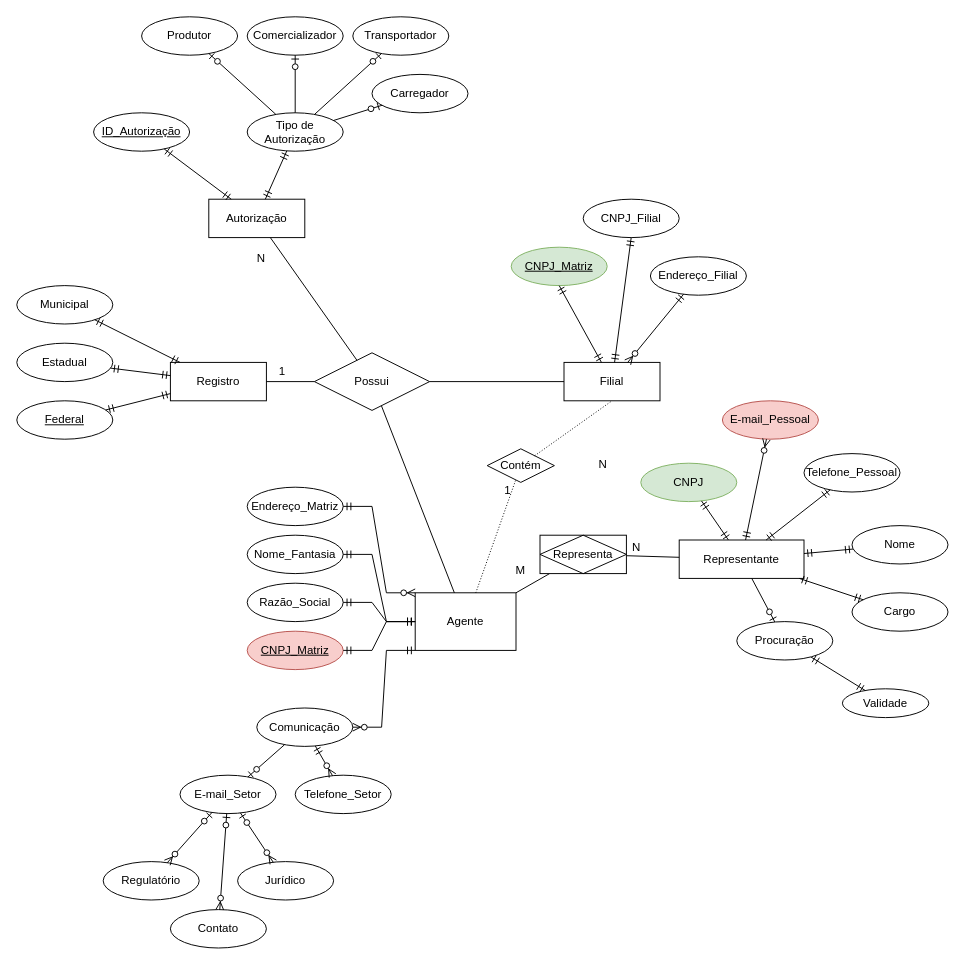
Earlier version of the draw.io diagram Cadastro.drawio (GustavoCoutinhoAraujo/GustavoCoutinhoAraujo). Source tidied: cells renumbered, new cells numbered last; positions are measured from the earlier drawing's top-left corner, leaving out a move shared by most shapes. Both pictures are drawn from the tidied source at 96%, with x=0, y=0 at pixel (16, 16).
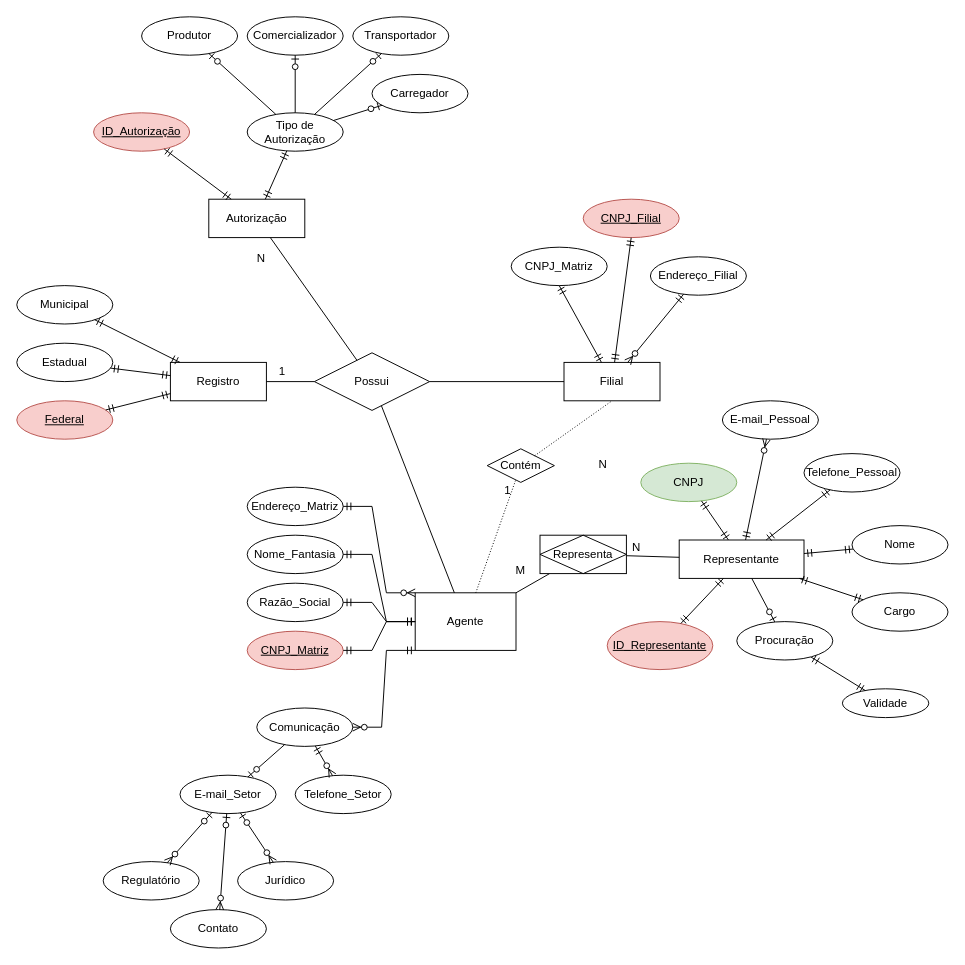
Above is the later version.

The change refers to these unchanged cells:
```xml
<mxCell id="33" value="Representante" style="whiteSpace=wrap;html=1;align=center;" parent="1" vertex="1">
  <mxGeometry x="690" y="545" width="130" height="40" as="geometry" />
</mxCell>
```

The edit, as a diff of the source:
```diff
@@
-    <mxCell id="25" value="CNPJ_Matriz" style="ellipse;whiteSpace=wrap;html=1;align=center;fontStyle=4;fillColor=#d5e8d4;strokeColor=#82b366;" parent="1" vertex="1">
+    <mxCell id="25" value="CNPJ_Matriz" style="ellipse;whiteSpace=wrap;html=1;align=center;" parent="1" vertex="1">
       <mxGeometry x="515" y="240" width="100" height="40" as="geometry" />
     </mxCell>
-    <mxCell id="26" value="CNPJ_Filial" style="ellipse;whiteSpace=wrap;html=1;align=center;" parent="1" vertex="1">
+    <mxCell id="26" value="CNPJ_Filial" style="ellipse;whiteSpace=wrap;html=1;align=center;fontStyle=4;fillColor=#f8cecc;strokeColor=#b85450;" parent="1" vertex="1">
       <mxGeometry x="590" y="190" width="100" height="40" as="geometry" />
     </mxCell>
@@
-    <mxCell id="35" value="E-mail_Pessoal" style="ellipse;whiteSpace=wrap;html=1;align=center;fillColor=#f8cecc;strokeColor=#b85450;" parent="1" vertex="1">
+    <mxCell id="35" value="E-mail_Pessoal" style="ellipse;whiteSpace=wrap;html=1;align=center;" parent="1" vertex="1">
       <mxGeometry x="735" y="400" width="100" height="40" as="geometry" />
     </mxCell>
@@
-    <mxCell id="63" value="ID_Autorização" style="ellipse;whiteSpace=wrap;html=1;align=center;fontStyle=4;" parent="1" vertex="1">
+    <mxCell id="63" value="ID_Autorização" style="ellipse;whiteSpace=wrap;html=1;align=center;fontStyle=4;fillColor=#f8cecc;strokeColor=#b85450;" parent="1" vertex="1">
       <mxGeometry x="80" y="100" width="100" height="40" as="geometry" />
     </mxCell>
@@
-    <mxCell id="71" value="Federal" style="ellipse;whiteSpace=wrap;html=1;align=center;fontStyle=4;" parent="1" vertex="1">
+    <mxCell id="71" value="Federal" style="ellipse;whiteSpace=wrap;html=1;align=center;fontStyle=4;fillColor=#f8cecc;strokeColor=#b85450;" parent="1" vertex="1">
       <mxGeometry y="400" width="100" height="40" as="geometry" />
     </mxCell>
@@
+    <mxCell id="82" value="ID_Representante" style="ellipse;whiteSpace=wrap;html=1;align=center;fontStyle=4;fillColor=#f8cecc;strokeColor=#b85450;" parent="1" vertex="1">
+      <mxGeometry x="615" y="630" width="110" height="50" as="geometry" />
+    </mxCell>
+    <mxCell id="83" style="fontSize=12;html=1;endArrow=ERmandOne;startArrow=ERmandOne;rounded=0;" parent="1" edge="1" source="82" target="33">
+      <mxGeometry relative="1" as="geometry" />
+    </mxCell>
```
